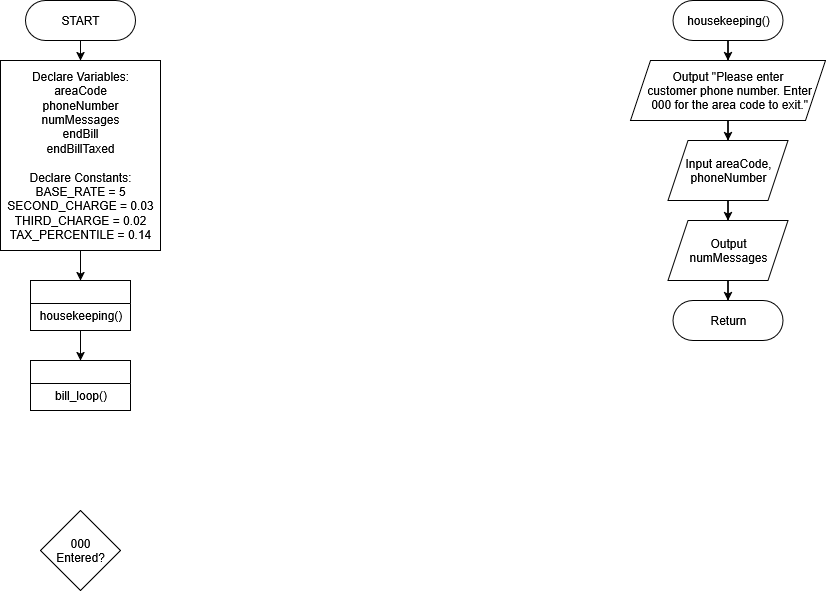
Above: Module 6 - Exercise 1 - Connor Bowles.drawio.png in CBowles10/SDEV_120_FALL2025_CBOWLES (draw.io), before the change. Source tidied: cells renumbered, new cells last; positions are measured from the earlier drawing's top-left corner, leaving out a move shared by most shapes.
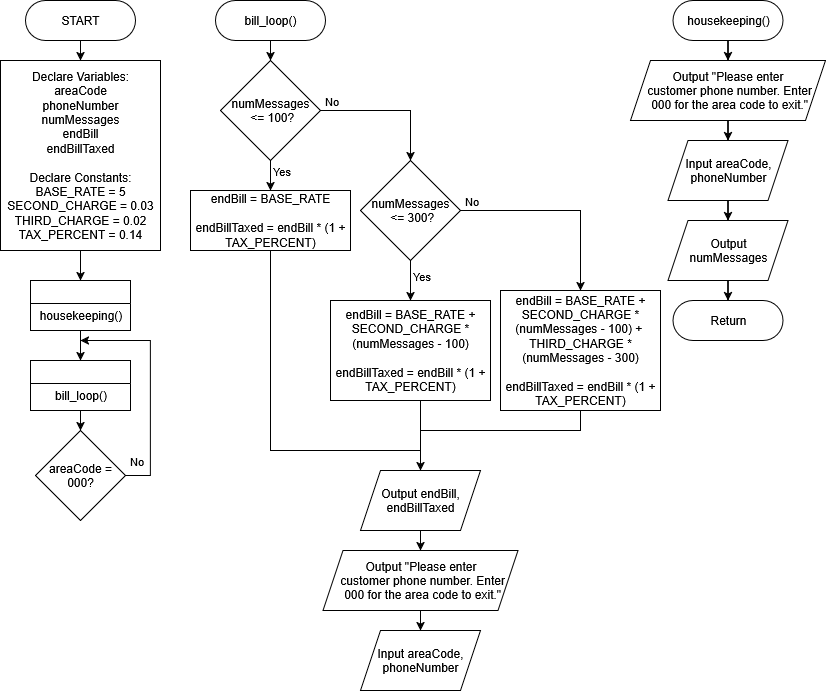
After the commit.

What changed in the source:
```diff
@@ -5,7 +5,7 @@
     <mxCell id="2" style="edgeStyle=orthogonalEdgeStyle;rounded=0;jettySize=auto;html=1;exitX=0.5;exitY=1;exitDx=0;exitDy=0;entryX=0.5;entryY=0;entryDx=0;entryDy=0;" parent="1" edge="1" source="3" target="4">
       <mxGeometry relative="1" as="geometry" />
     </mxCell>
-    <mxCell id="3" value="Declare Variables:&lt;br&gt;areaCode&lt;br&gt;phoneNumber&lt;br&gt;numMessages&lt;br&gt;endBill&lt;br&gt;endBillTaxed&lt;br&gt;&lt;br&gt;Declare Constants:&lt;br&gt;BASE_RATE = 5&lt;br&gt;SECOND_CHARGE = 0.03&lt;br&gt;THIRD_CHARGE = 0.02&lt;br&gt;TAX_PERCENTILE = 0.14" style="rounded=0;whiteSpace=wrap;html=1;" parent="1" vertex="1">
+    <mxCell id="3" value="Declare Variables:&lt;br&gt;areaCode&lt;br&gt;phoneNumber&lt;br&gt;numMessages&lt;br&gt;endBill&lt;br&gt;endBillTaxed&lt;br&gt;&lt;br&gt;Declare Constants:&lt;br&gt;BASE_RATE = 5&lt;br&gt;SECOND_CHARGE = 0.03&lt;br&gt;THIRD_CHARGE = 0.02&lt;br&gt;TAX_PERCENT = 0.14" style="rounded=0;whiteSpace=wrap;html=1;" parent="1" vertex="1">
       <mxGeometry y="60" width="160" height="190" as="geometry" />
     </mxCell>
     <mxCell id="4" style="swimlane;whiteSpace=wrap;html=1;" parent="1" vertex="1">
@@ -47,6 +47,9 @@
     <mxCell id="16" value="Output&lt;br&gt;numMessages" style="shape=parallelogram;perimeter=parallelogramPerimeter;whiteSpace=wrap;html=1;fixedSize=1;" parent="1" vertex="1">
       <mxGeometry x="667.5" y="220" width="120" height="60" as="geometry" />
     </mxCell>
+    <mxCell id="21" style="edgeStyle=orthogonalEdgeStyle;rounded=0;jettySize=auto;html=1;exitX=0.5;exitY=1;exitDx=0;exitDy=0;entryX=0.5;entryY=0;entryDx=0;entryDy=0;" parent="1" edge="1" source="17" target="20">
+      <mxGeometry relative="1" as="geometry" />
+    </mxCell>
     <mxCell id="17" style="swimlane;whiteSpace=wrap;html=1;" parent="1" vertex="1">
       <mxGeometry x="30" y="360" width="100" height="50" as="geometry" />
     </mxCell>
@@ -58,8 +61,108 @@
         <mxPoint x="80" y="360" as="targetPoint" />
       </mxGeometry>
     </mxCell>
+    <mxCell id="22" style="edgeStyle=orthogonalEdgeStyle;rounded=0;jettySize=auto;html=1;exitX=1;exitY=0.5;exitDx=0;exitDy=0;" parent="1" edge="1" source="20">
+      <mxGeometry relative="1" as="geometry">
+        <mxPoint x="80" y="340" as="targetPoint" />
+        <Array as="points">
+          <mxPoint x="150" y="475" />
+          <mxPoint x="150" y="340" />
+        </Array>
+      </mxGeometry>
+    </mxCell>
+    <mxCell id="23" value="No" style="edgeLabel;html=1;align=center;verticalAlign=middle;" parent="22" vertex="1">
+      <mxGeometry x="-0.93" y="2" relative="1" as="geometry">
+        <mxPoint x="3" y="-13" as="offset" />
+      </mxGeometry>
+    </mxCell>
-    <mxCell id="20" value="000&lt;br&gt;Entered?" style="rhombus;whiteSpace=wrap;html=1;" parent="1" vertex="1">
-      <mxGeometry x="40" y="510" width="80" height="80" as="geometry" />
+    <mxCell id="20" value="areaCode =&lt;br&gt;000?" style="rhombus;whiteSpace=wrap;html=1;" parent="1" vertex="1">
+      <mxGeometry x="35" y="430" width="90" height="90" as="geometry" />
     </mxCell>
+    <mxCell id="24" style="edgeStyle=orthogonalEdgeStyle;rounded=0;jettySize=auto;html=1;exitX=1;exitY=0.5;exitDx=0;exitDy=0;entryX=0.5;entryY=0;entryDx=0;entryDy=0;" parent="1" edge="1" source="28" target="35">
+      <mxGeometry relative="1" as="geometry" />
+    </mxCell>
+    <mxCell id="25" value="No" style="edgeLabel;html=1;align=center;verticalAlign=middle;" parent="24" vertex="1">
+      <mxGeometry x="-0.71" y="4" relative="1" as="geometry">
+        <mxPoint x="-11" y="-6" as="offset" />
+      </mxGeometry>
+    </mxCell>
+    <mxCell id="26" style="edgeStyle=orthogonalEdgeStyle;rounded=0;jettySize=auto;html=1;" parent="1" edge="1" source="28" target="39">
+      <mxGeometry relative="1" as="geometry" />
+    </mxCell>
+    <mxCell id="27" value="Yes" style="edgeLabel;html=1;align=center;verticalAlign=middle;" parent="26" vertex="1">
+      <mxGeometry x="-0.61" y="1" relative="1" as="geometry">
+        <mxPoint x="9" as="offset" />
+      </mxGeometry>
+    </mxCell>
+    <mxCell id="28" value="numMessages&lt;br&gt;&amp;nbsp;&amp;lt;= 100?" style="rhombus;whiteSpace=wrap;html=1;" parent="1" vertex="1">
+      <mxGeometry x="220" y="60" width="100" height="100" as="geometry" />
+    </mxCell>
+    <mxCell id="29" style="edgeStyle=orthogonalEdgeStyle;rounded=0;jettySize=auto;html=1;exitX=0.5;exitY=1;exitDx=0;exitDy=0;entryX=0.5;entryY=0;entryDx=0;entryDy=0;" parent="1" edge="1" source="30" target="28">
+      <mxGeometry relative="1" as="geometry" />
+    </mxCell>
+    <mxCell id="30" value="bill_loop()" style="rounded=1;whiteSpace=wrap;html=1;arcSize=50;" parent="1" vertex="1">
+      <mxGeometry x="215" width="110" height="40" as="geometry" />
+    </mxCell>
+    <mxCell id="31" style="edgeStyle=orthogonalEdgeStyle;rounded=0;jettySize=auto;html=1;exitX=1;exitY=0.5;exitDx=0;exitDy=0;entryX=0.5;entryY=0;entryDx=0;entryDy=0;" parent="1" edge="1" source="35" target="37">
+      <mxGeometry relative="1" as="geometry" />
+    </mxCell>
+    <mxCell id="32" value="No" style="edgeLabel;html=1;align=center;verticalAlign=middle;" parent="31" vertex="1">
+      <mxGeometry x="-0.8" relative="1" as="geometry">
+        <mxPoint x="-10" y="-10" as="offset" />
+      </mxGeometry>
+    </mxCell>
+    <mxCell id="33" style="edgeStyle=orthogonalEdgeStyle;rounded=0;jettySize=auto;html=1;exitX=0.5;exitY=1;exitDx=0;exitDy=0;entryX=0.5;entryY=0;entryDx=0;entryDy=0;" parent="1" edge="1" source="35" target="41">
+      <mxGeometry relative="1" as="geometry" />
+    </mxCell>
+    <mxCell id="34" value="Yes" style="edgeLabel;html=1;align=center;verticalAlign=middle;" parent="33" vertex="1">
+      <mxGeometry x="-0.26" y="3" relative="1" as="geometry">
+        <mxPoint x="7" as="offset" />
+      </mxGeometry>
+    </mxCell>
+    <mxCell id="35" value="numMessages&lt;br&gt;&amp;nbsp;&amp;lt;= 300?" style="rhombus;whiteSpace=wrap;html=1;" parent="1" vertex="1">
+      <mxGeometry x="360" y="160" width="100" height="100" as="geometry" />
+    </mxCell>
+    <mxCell id="36" style="edgeStyle=orthogonalEdgeStyle;rounded=0;jettySize=auto;html=1;exitX=0.5;exitY=1;exitDx=0;exitDy=0;endArrow=none;endFill=0;" parent="1" edge="1" source="37">
+      <mxGeometry relative="1" as="geometry">
+        <mxPoint x="420" y="450" as="targetPoint" />
+      </mxGeometry>
+    </mxCell>
+    <mxCell id="37" value="endBill = BASE_RATE + SECOND_CHARGE * (numMessages - 100) +&amp;nbsp;&lt;br&gt;THIRD_CHARGE * (numMessages - 300)&lt;br&gt;&lt;br&gt;endBillTaxed = endBill * (1 + TAX_PERCENT)" style="rounded=0;whiteSpace=wrap;html=1;" parent="1" vertex="1">
+      <mxGeometry x="500" y="290" width="160" height="120" as="geometry" />
+    </mxCell>
+    <mxCell id="38" style="edgeStyle=orthogonalEdgeStyle;rounded=0;jettySize=auto;html=1;exitX=0.5;exitY=1;exitDx=0;exitDy=0;entryX=0.5;entryY=0;entryDx=0;entryDy=0;" parent="1" edge="1" source="39" target="43">
+      <mxGeometry relative="1" as="geometry">
+        <Array as="points">
+          <mxPoint x="270" y="450" />
+          <mxPoint x="420" y="450" />
+        </Array>
+      </mxGeometry>
+    </mxCell>
+    <mxCell id="39" value="endBill = BASE_RATE&lt;br&gt;&lt;br&gt;endBillTaxed = endBill * (1 + TAX_PERCENT)" style="rounded=0;whiteSpace=wrap;html=1;" parent="1" vertex="1">
+      <mxGeometry x="190" y="190" width="160" height="60" as="geometry" />
+    </mxCell>
+    <mxCell id="40" style="edgeStyle=orthogonalEdgeStyle;rounded=0;jettySize=auto;html=1;exitX=0.5;exitY=1;exitDx=0;exitDy=0;endArrow=none;endFill=0;" parent="1" edge="1" source="41">
+      <mxGeometry relative="1" as="geometry">
+        <mxPoint x="420" y="430" as="targetPoint" />
+      </mxGeometry>
+    </mxCell>
+    <mxCell id="41" value="endBill = BASE_RATE + SECOND_CHARGE * (numMessages - 100)&lt;br&gt;&lt;br&gt;endBillTaxed = endBill * (1 + TAX_PERCENT)" style="rounded=0;whiteSpace=wrap;html=1;" parent="1" vertex="1">
+      <mxGeometry x="330" y="300" width="160" height="100" as="geometry" />
+    </mxCell>
+    <mxCell id="42" style="edgeStyle=orthogonalEdgeStyle;rounded=0;jettySize=auto;html=1;exitX=0.5;exitY=1;exitDx=0;exitDy=0;entryX=0.5;entryY=0;entryDx=0;entryDy=0;" parent="1" edge="1" source="43" target="45">
+      <mxGeometry relative="1" as="geometry" />
+    </mxCell>
+    <mxCell id="43" value="Output endBill,&lt;br&gt;endBillTaxed" style="shape=parallelogram;perimeter=parallelogramPerimeter;whiteSpace=wrap;html=1;fixedSize=1;" parent="1" vertex="1">
+      <mxGeometry x="360" y="470" width="120" height="60" as="geometry" />
+    </mxCell>
+    <mxCell id="44" style="edgeStyle=orthogonalEdgeStyle;rounded=0;jettySize=auto;html=1;" parent="1" edge="1" source="45" target="46">
+      <mxGeometry relative="1" as="geometry" />
+    </mxCell>
+    <mxCell id="45" value="Output &quot;Please enter&lt;br&gt;&amp;nbsp;customer phone number. Enter&lt;br&gt;&amp;nbsp;000 for the area code to exit.&quot;" style="shape=parallelogram;perimeter=parallelogramPerimeter;whiteSpace=wrap;html=1;fixedSize=1;" parent="1" vertex="1">
+      <mxGeometry x="322.5" y="550" width="195" height="60" as="geometry" />
+    </mxCell>
+    <mxCell id="46" value="Input areaCode, phoneNumber" style="shape=parallelogram;perimeter=parallelogramPerimeter;whiteSpace=wrap;html=1;fixedSize=1;" parent="1" vertex="1">
+      <mxGeometry x="360" y="630" width="120" height="60" as="geometry" />
+    </mxCell>
   </root>
 </mxGraphModel>
```
